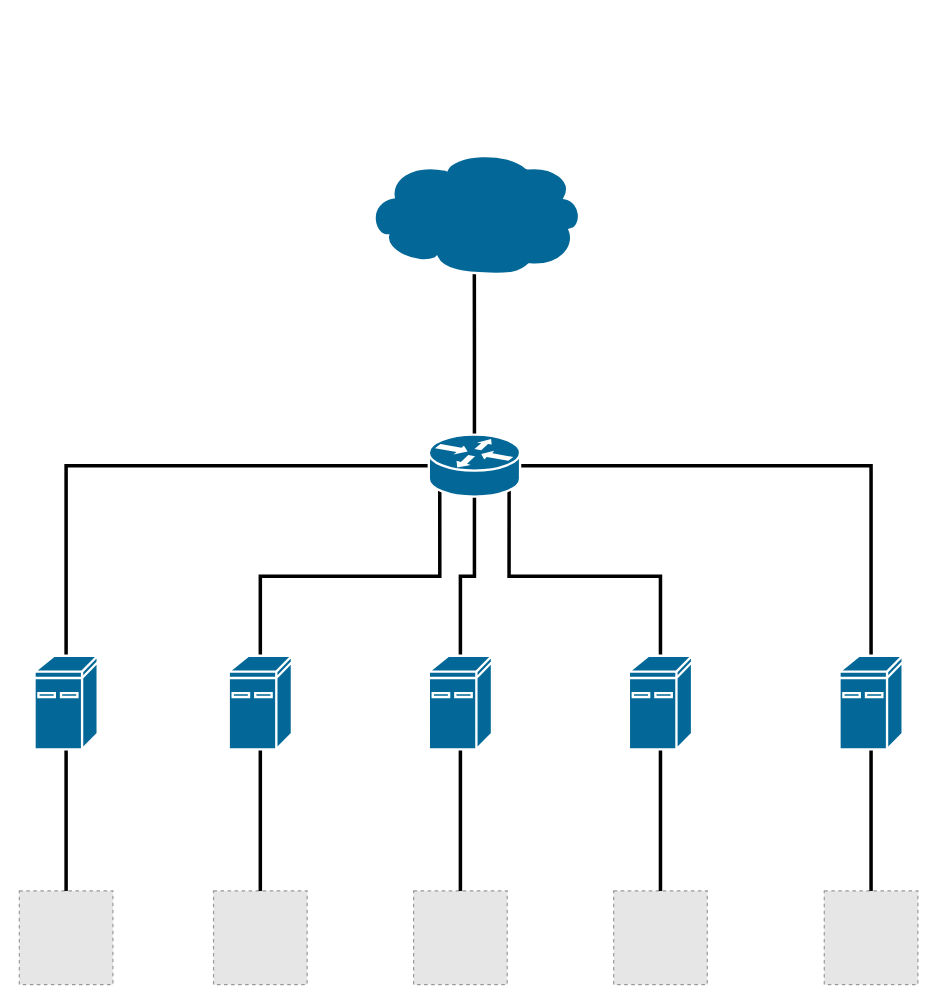
This is Untitled Diagram.drawio from mushymuse/diagrams, a draw.io file, before an edit. Source tidied: cells renumbered, new cells numbered last; positions are measured from the earlier drawing's top-left corner, leaving out a move shared by most shapes. Both pictures are drawn from the tidied source at 117%, with x=0, y=0 at pixel (19, 150). Pictures stored in the file or linked from it are replaced by grey dashed boxes.
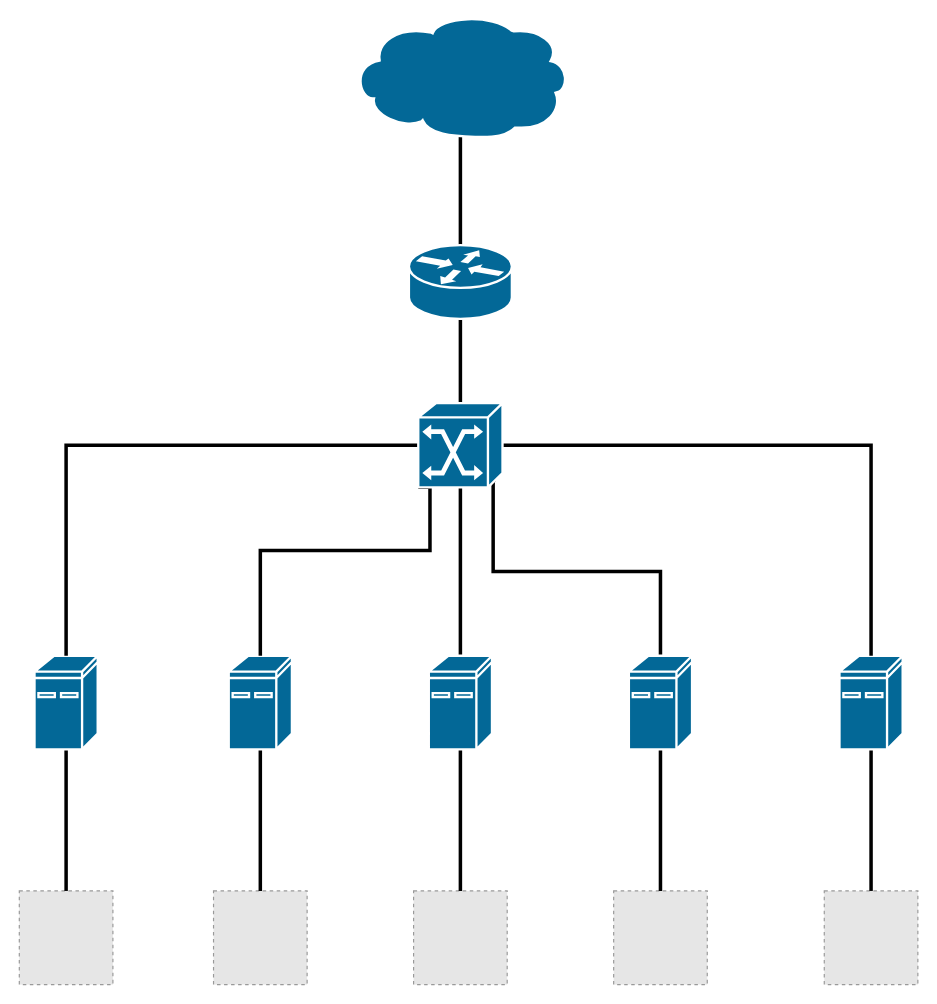
Above is the later version.

Unchanged cells that the change refers to:
```xml
<mxCell id="5" style="shape=mxgraph.cisco.computers_and_peripherals.ibm_mini_as400;sketch=0;html=1;dashed=0;fillColor=#036897;strokeColor=#ffffff;strokeWidth=2;verticalLabelPosition=bottom;verticalAlign=top;align=center;outlineConnect=0;" parent="1" vertex="1">
  <mxGeometry x="13" y="432" width="54" height="80" as="geometry" />
</mxCell>
<mxCell id="9" style="shape=mxgraph.cisco.computers_and_peripherals.ibm_mini_as400;sketch=0;html=1;dashed=0;fillColor=#036897;strokeColor=#ffffff;strokeWidth=2;verticalLabelPosition=bottom;verticalAlign=top;align=center;outlineConnect=0;" parent="1" vertex="1">
  <mxGeometry x="179" y="432" width="54" height="80" as="geometry" />
</mxCell>
<mxCell id="13" style="shape=mxgraph.cisco.computers_and_peripherals.ibm_mini_as400;sketch=0;html=1;dashed=0;fillColor=#036897;strokeColor=#ffffff;strokeWidth=2;verticalLabelPosition=bottom;verticalAlign=top;align=center;outlineConnect=0;" parent="1" vertex="1">
  <mxGeometry x="350" y="432" width="54" height="80" as="geometry" />
</mxCell>
<mxCell id="17" style="shape=mxgraph.cisco.computers_and_peripherals.ibm_mini_as400;sketch=0;html=1;dashed=0;fillColor=#036897;strokeColor=#ffffff;strokeWidth=2;verticalLabelPosition=bottom;verticalAlign=top;align=center;outlineConnect=0;" parent="1" vertex="1">
  <mxGeometry x="521" y="432" width="54" height="80" as="geometry" />
</mxCell>
<mxCell id="21" style="shape=mxgraph.cisco.computers_and_peripherals.ibm_mini_as400;sketch=0;html=1;dashed=0;fillColor=#036897;strokeColor=#ffffff;strokeWidth=2;verticalLabelPosition=bottom;verticalAlign=top;align=center;outlineConnect=0;" parent="1" vertex="1">
  <mxGeometry x="701" y="432" width="54" height="80" as="geometry" />
</mxCell>
```

Diff of the diagram source:
```diff
@@
-    <mxCell id="4" style="edgeStyle=orthogonalEdgeStyle;rounded=0;jettySize=auto;html=1;exitX=0.5;exitY=0;exitDx=0;exitDy=0;exitPerimeter=0;entryX=0;entryY=0.5;entryDx=0;entryDy=0;entryPerimeter=0;endArrow=none;endFill=0;strokeWidth=3;" parent="1" edge="1" source="5" target="23">
-      <mxGeometry relative="1" as="geometry" />
-    </mxCell>
@@
-    <mxCell id="8" style="edgeStyle=orthogonalEdgeStyle;rounded=0;jettySize=auto;html=1;exitX=0.5;exitY=0;exitDx=0;exitDy=0;exitPerimeter=0;entryX=0.12;entryY=0.9;entryDx=0;entryDy=0;entryPerimeter=0;endArrow=none;endFill=0;strokeWidth=3;" parent="1" edge="1" source="9" target="23">
-      <mxGeometry relative="1" as="geometry" />
-    </mxCell>
@@
-    <mxCell id="12" style="edgeStyle=orthogonalEdgeStyle;rounded=0;jettySize=auto;html=1;exitX=0.5;exitY=0;exitDx=0;exitDy=0;exitPerimeter=0;entryX=0.5;entryY=1;entryDx=0;entryDy=0;entryPerimeter=0;endArrow=none;endFill=0;strokeWidth=3;" parent="1" edge="1" source="13" target="23">
-      <mxGeometry relative="1" as="geometry" />
-    </mxCell>
+    <mxCell id="25" style="edgeStyle=orthogonalEdgeStyle;rounded=0;jettySize=auto;html=1;exitX=0.5;exitY=0;exitDx=0;exitDy=0;exitPerimeter=0;entryX=0.5;entryY=1;entryDx=0;entryDy=0;entryPerimeter=0;endArrow=none;endFill=0;strokeWidth=3;" parent="1" edge="1" source="13" target="32">
+      <mxGeometry relative="1" as="geometry" />
+    </mxCell>
@@
-    <mxCell id="16" style="edgeStyle=orthogonalEdgeStyle;rounded=0;jettySize=auto;html=1;exitX=0.5;exitY=0;exitDx=0;exitDy=0;exitPerimeter=0;entryX=0.88;entryY=0.9;entryDx=0;entryDy=0;entryPerimeter=0;endArrow=none;endFill=0;strokeWidth=3;" parent="1" edge="1" source="17" target="23">
-      <mxGeometry relative="1" as="geometry" />
-    </mxCell>
+    <mxCell id="26" style="edgeStyle=orthogonalEdgeStyle;rounded=0;jettySize=auto;html=1;exitX=0.5;exitY=0;exitDx=0;exitDy=0;exitPerimeter=0;entryX=0.92;entryY=0.91;entryDx=0;entryDy=0;entryPerimeter=0;endArrow=none;endFill=0;strokeWidth=3;" parent="1" edge="1" source="17" target="32">
+      <mxGeometry relative="1" as="geometry">
+        <Array as="points">
+          <mxPoint x="548" y="360" />
+          <mxPoint x="405" y="360" />
+          <mxPoint x="405" y="282" />
+        </Array>
+      </mxGeometry>
+    </mxCell>
@@
-    <mxCell id="20" style="edgeStyle=orthogonalEdgeStyle;rounded=0;jettySize=auto;html=1;exitX=0.5;exitY=0;exitDx=0;exitDy=0;exitPerimeter=0;entryX=1;entryY=0.5;entryDx=0;entryDy=0;entryPerimeter=0;endArrow=none;endFill=0;strokeWidth=3;" parent="1" edge="1" source="21" target="23">
-      <mxGeometry relative="1" as="geometry" />
-    </mxCell>
@@
-    <mxCell id="22" style="edgeStyle=orthogonalEdgeStyle;rounded=0;jettySize=auto;html=1;exitX=0.5;exitY=0;exitDx=0;exitDy=0;exitPerimeter=0;endArrow=none;endFill=0;strokeWidth=3;" parent="1" edge="1" source="23">
-      <mxGeometry relative="1" as="geometry">
-        <mxPoint x="388.9" y="99" as="targetPoint" />
-      </mxGeometry>
-    </mxCell>
-    <mxCell id="23" style="shape=mxgraph.cisco.routers.router;sketch=0;html=1;dashed=0;fillColor=#036897;strokeColor=#ffffff;strokeWidth=2;verticalLabelPosition=bottom;verticalAlign=top;align=center;outlineConnect=0;" parent="1" vertex="1">
-      <mxGeometry x="350" y="243" width="78" height="53" as="geometry" />
-    </mxCell>
+    <mxCell id="27" style="edgeStyle=orthogonalEdgeStyle;rounded=0;jettySize=auto;html=1;exitX=0.5;exitY=0.99;exitDx=0;exitDy=0;exitPerimeter=0;entryX=0.5;entryY=0;entryDx=0;entryDy=0;entryPerimeter=0;endArrow=none;endFill=0;strokeWidth=3;" parent="1" edge="1" source="24" target="33">
+      <mxGeometry relative="1" as="geometry" />
+    </mxCell>
     <mxCell id="24" style="shape=mxgraph.cisco.storage.cloud;sketch=0;html=1;dashed=0;fillColor=#036897;strokeColor=#ffffff;strokeWidth=2;verticalLabelPosition=bottom;verticalAlign=top;align=center;outlineConnect=0;" parent="1" vertex="1">
-      <mxGeometry x="296" width="186" height="106" as="geometry" />
+      <mxGeometry x="284" y="-117" width="186" height="106" as="geometry" />
     </mxCell>
+    <mxCell id="28" style="edgeStyle=orthogonalEdgeStyle;rounded=0;jettySize=auto;html=1;exitX=0;exitY=1;exitDx=0;exitDy=0;exitPerimeter=0;entryX=0.5;entryY=0;entryDx=0;entryDy=0;entryPerimeter=0;endArrow=none;endFill=0;strokeWidth=3;" parent="1" edge="1" source="32" target="9">
+      <mxGeometry relative="1" as="geometry">
+        <Array as="points">
+          <mxPoint x="351" y="288" />
+          <mxPoint x="351" y="342" />
+          <mxPoint x="206" y="342" />
+        </Array>
+      </mxGeometry>
+    </mxCell>
+    <mxCell id="29" style="edgeStyle=orthogonalEdgeStyle;rounded=0;jettySize=auto;html=1;exitX=0;exitY=0.5;exitDx=0;exitDy=0;exitPerimeter=0;entryX=0.5;entryY=0;entryDx=0;entryDy=0;entryPerimeter=0;endArrow=none;endFill=0;strokeWidth=3;" parent="1" edge="1" source="32" target="5">
+      <mxGeometry relative="1" as="geometry" />
+    </mxCell>
+    <mxCell id="30" style="edgeStyle=orthogonalEdgeStyle;rounded=0;jettySize=auto;html=1;exitX=1;exitY=0.5;exitDx=0;exitDy=0;exitPerimeter=0;entryX=0.5;entryY=0;entryDx=0;entryDy=0;entryPerimeter=0;endArrow=none;endFill=0;strokeWidth=3;" parent="1" edge="1" source="32" target="21">
+      <mxGeometry relative="1" as="geometry" />
+    </mxCell>
+    <mxCell id="31" style="edgeStyle=orthogonalEdgeStyle;rounded=0;jettySize=auto;html=1;exitX=0.5;exitY=0;exitDx=0;exitDy=0;exitPerimeter=0;entryX=0.5;entryY=1;entryDx=0;entryDy=0;entryPerimeter=0;endArrow=none;endFill=0;strokeWidth=3;" parent="1" edge="1" source="32" target="33">
+      <mxGeometry relative="1" as="geometry" />
+    </mxCell>
+    <mxCell id="32" style="shape=mxgraph.cisco.switches.atm_switch;sketch=0;html=1;dashed=0;fillColor=#036897;strokeColor=#ffffff;strokeWidth=2;verticalLabelPosition=bottom;verticalAlign=top;align=center;outlineConnect=0;" parent="1" vertex="1">
+      <mxGeometry x="341" y="216" width="72" height="72" as="geometry" />
+    </mxCell>
+    <mxCell id="33" style="shape=mxgraph.cisco.routers.router;sketch=0;html=1;dashed=0;fillColor=#036897;strokeColor=#ffffff;strokeWidth=2;verticalLabelPosition=bottom;verticalAlign=top;align=center;outlineConnect=0;" parent="1" vertex="1">
+      <mxGeometry x="333" y="81" width="88" height="63" as="geometry" />
+    </mxCell>
```
